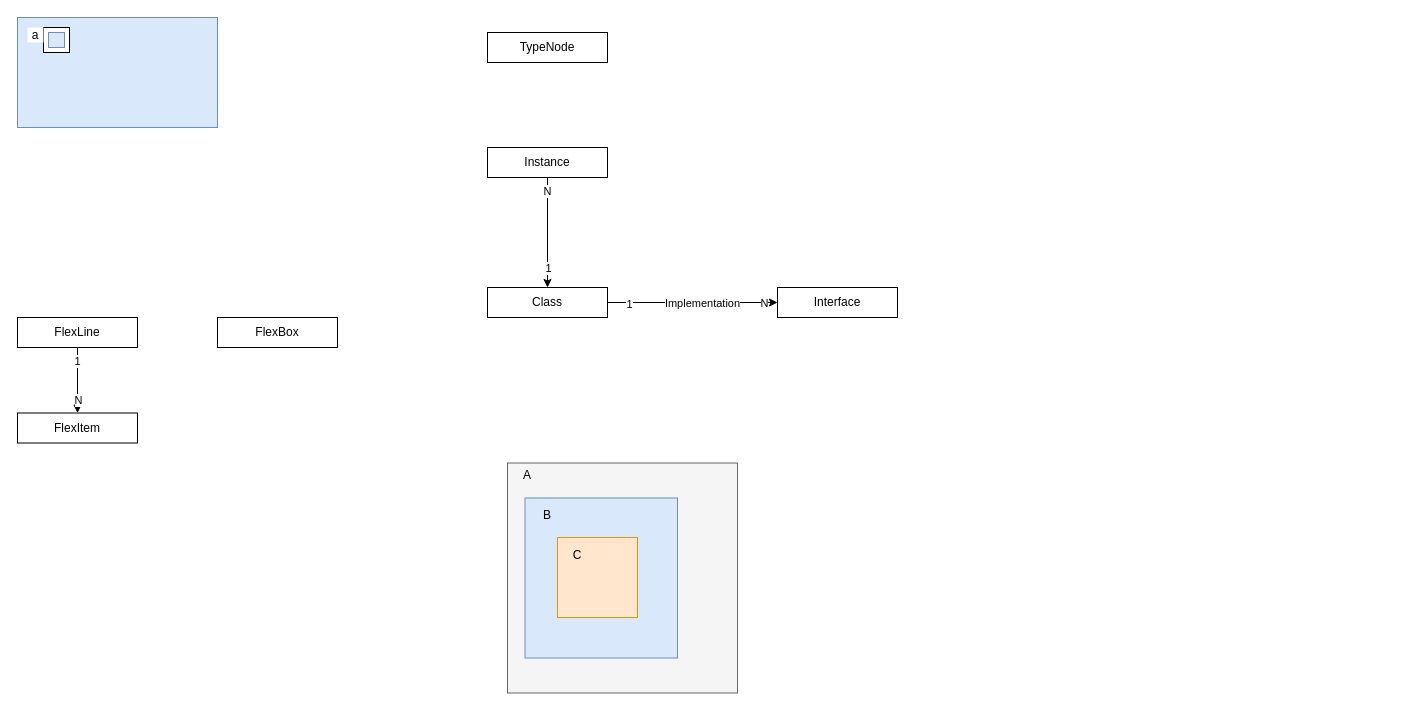
yuanronghhh/Cst keeps this draw.io diagram as doc/layout_demo.drawio. Above is the earlier version. Source tidied: cells renumbered, new cells numbered last; positions are measured from the earlier drawing's top-left corner, leaving out a move shared by most shapes. Both pictures are drawn from the tidied source at 100%, with x=0, y=0 at pixel (17, 17).
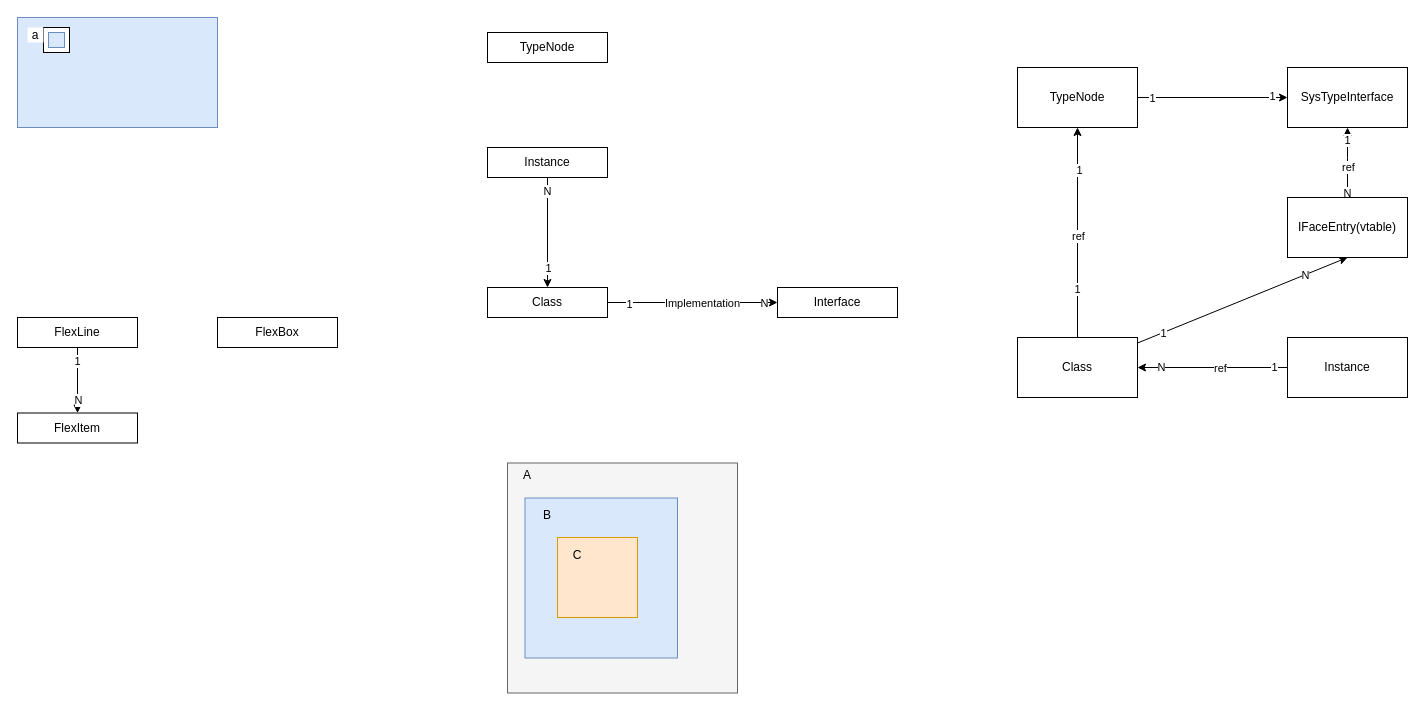
After the change.

The edit, as a diff of the source:
```diff
@@
+    <mxCell id="30" style="edgeStyle=none;rounded=0;jettySize=auto;html=1;entryX=0.5;entryY=1;entryDx=0;entryDy=0;" parent="1" edge="1" source="37" target="51">
+      <mxGeometry relative="1" as="geometry" />
+    </mxCell>
+    <mxCell id="31" value="1" style="edgeLabel;html=1;align=center;verticalAlign=middle;" parent="30" vertex="1">
+      <mxGeometry x="-0.53" y="1" relative="1" as="geometry" />
+    </mxCell>
+    <mxCell id="32" value="1" style="edgeLabel;html=1;align=center;verticalAlign=middle;" parent="30" vertex="1">
+      <mxGeometry x="0.6" y="-1" relative="1" as="geometry" />
+    </mxCell>
+    <mxCell id="33" value="ref" style="edgeLabel;html=1;align=center;verticalAlign=middle;fontSize=11;fontFamily=Helvetica;fontColor=default;" parent="30" vertex="1">
+      <mxGeometry x="-0.03" relative="1" as="geometry" />
+    </mxCell>
+    <mxCell id="34" style="edgeStyle=none;rounded=0;jettySize=auto;html=1;entryX=0.5;entryY=1;entryDx=0;entryDy=0;" parent="1" edge="1" source="37" target="47">
+      <mxGeometry relative="1" as="geometry" />
+    </mxCell>
+    <mxCell id="35" value="N" style="edgeLabel;html=1;align=center;verticalAlign=middle;" parent="34" vertex="1">
+      <mxGeometry x="0.6" relative="1" as="geometry" />
+    </mxCell>
+    <mxCell id="36" value="1" style="edgeLabel;html=1;align=center;verticalAlign=middle;" parent="34" vertex="1">
+      <mxGeometry x="-0.76" relative="1" as="geometry" />
+    </mxCell>
+    <mxCell id="37" value="Class" style="rounded=0;whiteSpace=wrap;html=1;" parent="1" vertex="1">
+      <mxGeometry x="1000" y="320" width="120" height="60" as="geometry" />
+    </mxCell>
+    <mxCell id="38" style="edgeStyle=none;rounded=0;jettySize=auto;html=1;entryX=1;entryY=0.5;entryDx=0;entryDy=0;" parent="1" edge="1" source="42" target="37">
+      <mxGeometry relative="1" as="geometry">
+        <Array as="points">
+          <mxPoint x="1200" y="350" />
+        </Array>
+      </mxGeometry>
+    </mxCell>
+    <mxCell id="39" value="1" style="edgeLabel;html=1;align=center;verticalAlign=middle;" parent="38" vertex="1">
+      <mxGeometry x="-0.81" y="1" relative="1" as="geometry">
+        <mxPoint y="-2" as="offset" />
+      </mxGeometry>
+    </mxCell>
+    <mxCell id="40" value="N" style="edgeLabel;html=1;align=center;verticalAlign=middle;" parent="38" vertex="1">
+      <mxGeometry x="0.69" y="-1" relative="1" as="geometry" />
+    </mxCell>
+    <mxCell id="41" value="ref" style="edgeLabel;html=1;align=center;verticalAlign=middle;fontSize=11;fontFamily=Helvetica;fontColor=default;" parent="38" vertex="1">
+      <mxGeometry x="-0.12" relative="1" as="geometry">
+        <mxPoint x="-2" as="offset" />
+      </mxGeometry>
+    </mxCell>
+    <mxCell id="42" value="Instance" style="rounded=0;whiteSpace=wrap;html=1;" parent="1" vertex="1">
+      <mxGeometry x="1270" y="320" width="120" height="60" as="geometry" />
+    </mxCell>
+    <mxCell id="43" style="edgeStyle=none;rounded=0;jettySize=auto;html=1;" parent="1" edge="1" source="47" target="52">
+      <mxGeometry relative="1" as="geometry">
+        <Array as="points">
+          <mxPoint x="1330" y="140" />
+        </Array>
+      </mxGeometry>
+    </mxCell>
+    <mxCell id="44" value="N" style="edgeLabel;html=1;align=center;verticalAlign=middle;" parent="43" vertex="1">
+      <mxGeometry x="-0.86" y="1" relative="1" as="geometry" />
+    </mxCell>
+    <mxCell id="45" value="1" style="edgeLabel;html=1;align=center;verticalAlign=middle;" parent="43" vertex="1">
+      <mxGeometry x="0.67" y="1" relative="1" as="geometry" />
+    </mxCell>
+    <mxCell id="46" value="ref" style="edgeLabel;html=1;align=center;verticalAlign=middle;fontSize=11;fontFamily=Helvetica;fontColor=default;" parent="43" vertex="1">
+      <mxGeometry x="-0.11" relative="1" as="geometry" />
+    </mxCell>
+    <mxCell id="47" value="IFaceEntry(vtable)" style="rounded=0;whiteSpace=wrap;html=1;" parent="1" vertex="1">
+      <mxGeometry x="1270" y="180" width="120" height="60" as="geometry" />
+    </mxCell>
+    <mxCell id="48" style="edgeStyle=none;rounded=0;jettySize=auto;html=1;entryX=0;entryY=0.5;entryDx=0;entryDy=0;" parent="1" edge="1" source="51" target="52">
+      <mxGeometry relative="1" as="geometry" />
+    </mxCell>
+    <mxCell id="49" value="1" style="edgeLabel;html=1;align=center;verticalAlign=middle;" parent="48" vertex="1">
+      <mxGeometry x="-0.82" relative="1" as="geometry" />
+    </mxCell>
+    <mxCell id="50" value="1" style="edgeLabel;html=1;align=center;verticalAlign=middle;" parent="48" vertex="1">
+      <mxGeometry x="0.78" y="2" relative="1" as="geometry" />
+    </mxCell>
+    <mxCell id="51" value="TypeNode" style="rounded=0;whiteSpace=wrap;html=1;" parent="1" vertex="1">
+      <mxGeometry x="1000" y="50" width="120" height="60" as="geometry" />
+    </mxCell>
+    <mxCell id="52" value="SysTypeInterface" style="rounded=0;whiteSpace=wrap;html=1;" parent="1" vertex="1">
+      <mxGeometry x="1270" y="50" width="120" height="60" as="geometry" />
+    </mxCell>
```
